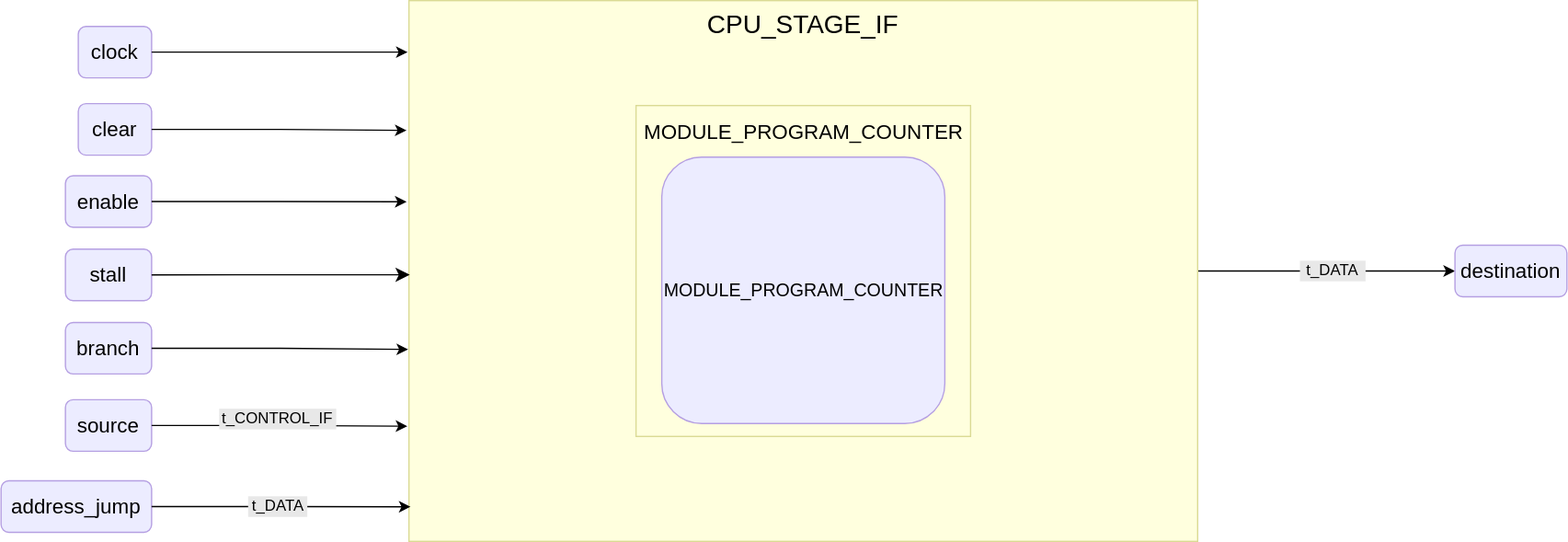
Before: docs/public/images/reference/report_components/cpu_stage_if.drawio.svg, a diagram exported from draw.io (insper-riscv/core). Source tidied: cells renumbered, new cells last; positions are measured from the earlier drawing's top-left corner, leaving out a move shared by most shapes. Source of this version:
```xml
<mxGraphModel>
  <root>
    <mxCell id="0" />
    <mxCell id="1" parent="0" />
    <mxCell id="2" style="edgeStyle=orthogonalEdgeStyle;rounded=0;jettySize=auto;html=1;entryX=0;entryY=0.5;entryDx=0;entryDy=0;" parent="1" edge="1" source="3" target="4">
      <mxGeometry relative="1" as="geometry" />
    </mxCell>
    <mxCell id="3" value="CPU_STAGE_IF" style="rounded=0;whiteSpace=wrap;html=1;fillColor=#ffffde;strokeColor=#dada94;verticalAlign=top;fontSize=20;" parent="1" vertex="1">
      <mxGeometry x="317" width="613" height="420" as="geometry" />
    </mxCell>
    <mxCell id="4" value="destination" style="rounded=1;whiteSpace=wrap;html=1;fillColor=#ececff;strokeColor=#b59fe2;fontSize=16;" parent="1" vertex="1">
      <mxGeometry x="1130" y="190" width="87" height="40" as="geometry" />
    </mxCell>
    <mxCell id="5" value="&lt;span style=&quot;font-size: 16px;&quot;&gt;MODULE_PROGRAM_COUNTER&lt;/span&gt;" style="rounded=0;whiteSpace=wrap;html=1;fillColor=#ffffde;strokeColor=#dada94;verticalAlign=top;fontSize=20;" parent="1" vertex="1">
      <mxGeometry x="493.5" y="81.5" width="260" height="257" as="geometry" />
    </mxCell>
    <mxCell id="6" value="MODULE_PROGRAM_COUNTER" style="rounded=1;whiteSpace=wrap;html=1;fillColor=#ececff;strokeColor=#b59fe2;fontSize=14;" parent="1" vertex="1">
      <mxGeometry x="513.5" y="121.5" width="220" height="207" as="geometry" />
    </mxCell>
    <mxCell id="7" value="t_DATA" style="rounded=0;whiteSpace=wrap;html=1;fillColor=#e8e8e8;strokeColor=#e8e8e8;" parent="1" vertex="1">
      <mxGeometry x="1010" y="202.5" width="50" height="15" as="geometry" />
    </mxCell>
    <mxCell id="8" value="clock" style="rounded=1;whiteSpace=wrap;html=1;fillColor=#ececff;strokeColor=#b59fe2;fontSize=16;" parent="1" vertex="1">
      <mxGeometry x="60" y="20" width="57" height="40" as="geometry" />
    </mxCell>
    <mxCell id="9" value="clear" style="rounded=1;whiteSpace=wrap;html=1;fillColor=#ececff;strokeColor=#b59fe2;fontSize=16;" parent="1" vertex="1">
      <mxGeometry x="60" y="80" width="57" height="40" as="geometry" />
    </mxCell>
    <mxCell id="10" value="enable" style="rounded=1;whiteSpace=wrap;html=1;fillColor=#ececff;strokeColor=#b59fe2;fontSize=16;" parent="1" vertex="1">
      <mxGeometry x="50" y="136" width="67" height="40" as="geometry" />
    </mxCell>
    <mxCell id="11" value="branch" style="rounded=1;whiteSpace=wrap;html=1;fillColor=#ececff;strokeColor=#b59fe2;fontSize=16;" parent="1" vertex="1">
      <mxGeometry x="50" y="250" width="67" height="40" as="geometry" />
    </mxCell>
    <mxCell id="12" value="source" style="rounded=1;whiteSpace=wrap;html=1;fillColor=#ececff;strokeColor=#b59fe2;fontSize=16;" parent="1" vertex="1">
      <mxGeometry x="50" y="310" width="67" height="40" as="geometry" />
    </mxCell>
    <mxCell id="13" value="address_jump" style="rounded=1;whiteSpace=wrap;html=1;fillColor=#ececff;strokeColor=#b59fe2;fontSize=16;" parent="1" vertex="1">
      <mxGeometry y="373" width="117" height="40" as="geometry" />
    </mxCell>
    <mxCell id="14" style="edgeStyle=orthogonalEdgeStyle;rounded=0;jettySize=auto;html=1;" parent="1" edge="1" source="8">
      <mxGeometry relative="1" as="geometry">
        <mxPoint x="316" y="40" as="targetPoint" />
      </mxGeometry>
    </mxCell>
    <mxCell id="15" style="edgeStyle=orthogonalEdgeStyle;rounded=0;jettySize=auto;html=1;entryX=-0.003;entryY=0.24;entryDx=0;entryDy=0;entryPerimeter=0;" parent="1" edge="1" source="9" target="3">
      <mxGeometry relative="1" as="geometry" />
    </mxCell>
    <mxCell id="16" style="edgeStyle=orthogonalEdgeStyle;rounded=0;jettySize=auto;html=1;entryX=-0.003;entryY=0.372;entryDx=0;entryDy=0;entryPerimeter=0;" parent="1" edge="1" source="10" target="3">
      <mxGeometry relative="1" as="geometry" />
    </mxCell>
    <mxCell id="17" style="edgeStyle=orthogonalEdgeStyle;rounded=0;jettySize=auto;html=1;entryX=-0.001;entryY=0.645;entryDx=0;entryDy=0;entryPerimeter=0;" parent="1" edge="1" source="11" target="3">
      <mxGeometry relative="1" as="geometry" />
    </mxCell>
    <mxCell id="18" style="edgeStyle=orthogonalEdgeStyle;rounded=0;jettySize=auto;html=1;entryX=-0.002;entryY=0.787;entryDx=0;entryDy=0;entryPerimeter=0;" parent="1" edge="1" source="12" target="3">
      <mxGeometry relative="1" as="geometry" />
    </mxCell>
    <mxCell id="19" style="edgeStyle=orthogonalEdgeStyle;rounded=0;jettySize=auto;html=1;entryX=0.002;entryY=0.936;entryDx=0;entryDy=0;entryPerimeter=0;" parent="1" edge="1" source="13" target="3">
      <mxGeometry relative="1" as="geometry" />
    </mxCell>
    <mxCell id="20" value="t_CONTROL_IF" style="rounded=0;whiteSpace=wrap;html=1;fillColor=#e8e8e8;strokeColor=#e8e8e8;" parent="1" vertex="1">
      <mxGeometry x="170" y="317.5" width="90" height="15" as="geometry" />
    </mxCell>
    <mxCell id="21" value="t_DATA" style="rounded=0;whiteSpace=wrap;html=1;fillColor=#e8e8e8;strokeColor=#e8e8e8;" parent="1" vertex="1">
      <mxGeometry x="192.5" y="385.5" width="45" height="15" as="geometry" />
    </mxCell>
    <mxCell id="22" value="stall" style="rounded=1;whiteSpace=wrap;html=1;fillColor=#ececff;strokeColor=#b59fe2;fontSize=16;" parent="1" vertex="1">
      <mxGeometry x="50" y="193" width="67" height="40" as="geometry" />
    </mxCell>
    <mxCell id="23" style="edgeStyle=none;curved=1;rounded=0;jettySize=auto;html=1;entryX=0.001;entryY=0.507;entryDx=0;entryDy=0;entryPerimeter=0;fontSize=12;startSize=8;endSize=8;" parent="1" edge="1" source="22" target="3">
      <mxGeometry relative="1" as="geometry" />
    </mxCell>
  </root>
</mxGraphModel>
```
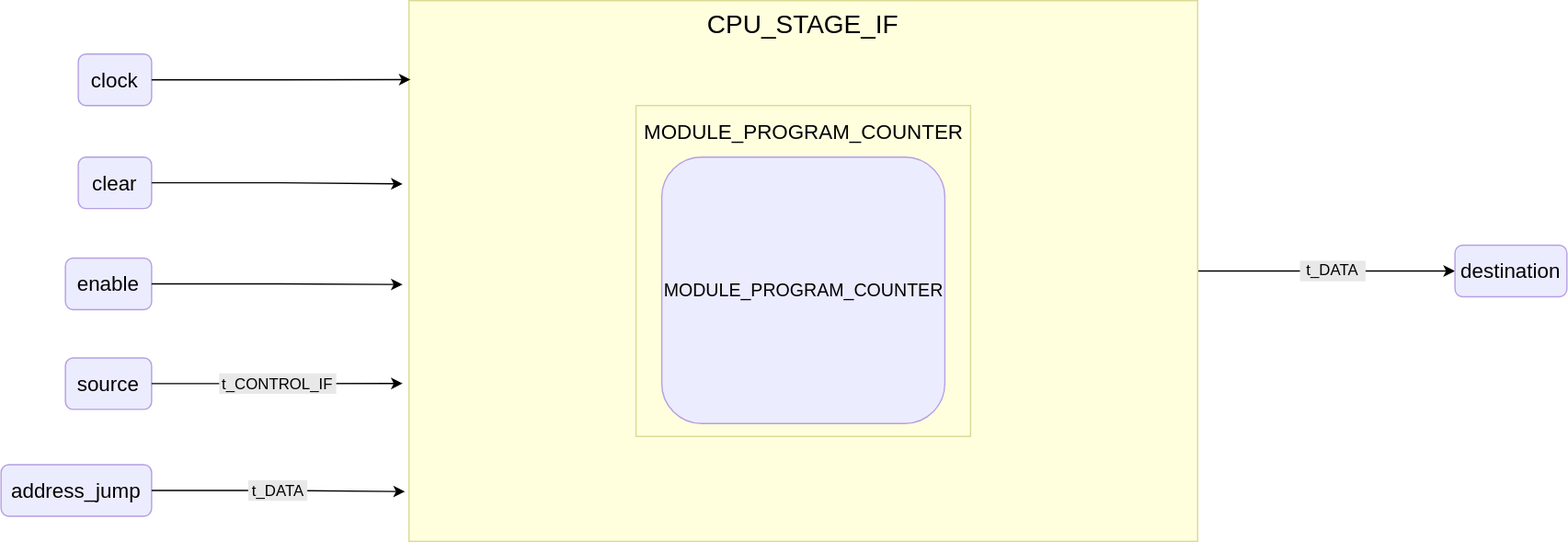
After the commit.

Change to the diagram source:
```diff
@@ -21,54 +21,40 @@
       <mxGeometry x="1010" y="202.5" width="50" height="15" as="geometry" />
     </mxCell>
     <mxCell id="8" value="clock" style="rounded=1;whiteSpace=wrap;html=1;fillColor=#ececff;strokeColor=#b59fe2;fontSize=16;" parent="1" vertex="1">
-      <mxGeometry x="60" y="20" width="57" height="40" as="geometry" />
+      <mxGeometry x="60" y="41.5" width="57" height="40" as="geometry" />
     </mxCell>
     <mxCell id="9" value="clear" style="rounded=1;whiteSpace=wrap;html=1;fillColor=#ececff;strokeColor=#b59fe2;fontSize=16;" parent="1" vertex="1">
-      <mxGeometry x="60" y="80" width="57" height="40" as="geometry" />
+      <mxGeometry x="60" y="121.5" width="57" height="40" as="geometry" />
     </mxCell>
     <mxCell id="10" value="enable" style="rounded=1;whiteSpace=wrap;html=1;fillColor=#ececff;strokeColor=#b59fe2;fontSize=16;" parent="1" vertex="1">
-      <mxGeometry x="50" y="136" width="67" height="40" as="geometry" />
+      <mxGeometry x="50" y="200" width="67" height="40" as="geometry" />
     </mxCell>
-    <mxCell id="11" value="branch" style="rounded=1;whiteSpace=wrap;html=1;fillColor=#ececff;strokeColor=#b59fe2;fontSize=16;" parent="1" vertex="1">
-      <mxGeometry x="50" y="250" width="67" height="40" as="geometry" />
-    </mxCell>
     <mxCell id="12" value="source" style="rounded=1;whiteSpace=wrap;html=1;fillColor=#ececff;strokeColor=#b59fe2;fontSize=16;" parent="1" vertex="1">
-      <mxGeometry x="50" y="310" width="67" height="40" as="geometry" />
+      <mxGeometry x="50" y="277.5" width="67" height="40" as="geometry" />
     </mxCell>
     <mxCell id="13" value="address_jump" style="rounded=1;whiteSpace=wrap;html=1;fillColor=#ececff;strokeColor=#b59fe2;fontSize=16;" parent="1" vertex="1">
-      <mxGeometry y="373" width="117" height="40" as="geometry" />
+      <mxGeometry y="360.5" width="117" height="40" as="geometry" />
     </mxCell>
-    <mxCell id="14" style="edgeStyle=orthogonalEdgeStyle;rounded=0;jettySize=auto;html=1;" parent="1" edge="1" source="8">
-      <mxGeometry relative="1" as="geometry">
-        <mxPoint x="316" y="40" as="targetPoint" />
-      </mxGeometry>
-    </mxCell>
+    <mxCell id="24" style="edgeStyle=orthogonalEdgeStyle;rounded=0;jettySize=auto;html=1;entryX=0.002;entryY=0.146;entryDx=0;entryDy=0;entryPerimeter=0;" parent="1" edge="1" source="8" target="3">
+      <mxGeometry relative="1" as="geometry" />
+    </mxCell>
-    <mxCell id="15" style="edgeStyle=orthogonalEdgeStyle;rounded=0;jettySize=auto;html=1;entryX=-0.003;entryY=0.24;entryDx=0;entryDy=0;entryPerimeter=0;" parent="1" edge="1" source="9" target="3">
+    <mxCell id="15" style="edgeStyle=orthogonalEdgeStyle;rounded=0;jettySize=auto;html=1;entryX=-0.008;entryY=0.339;entryDx=0;entryDy=0;entryPerimeter=0;" parent="1" edge="1" source="9" target="3">
       <mxGeometry relative="1" as="geometry" />
     </mxCell>
-    <mxCell id="16" style="edgeStyle=orthogonalEdgeStyle;rounded=0;jettySize=auto;html=1;entryX=-0.003;entryY=0.372;entryDx=0;entryDy=0;entryPerimeter=0;" parent="1" edge="1" source="10" target="3">
+    <mxCell id="16" style="edgeStyle=orthogonalEdgeStyle;rounded=0;jettySize=auto;html=1;entryX=-0.008;entryY=0.525;entryDx=0;entryDy=0;entryPerimeter=0;" parent="1" edge="1" source="10" target="3">
       <mxGeometry relative="1" as="geometry" />
     </mxCell>
-    <mxCell id="17" style="edgeStyle=orthogonalEdgeStyle;rounded=0;jettySize=auto;html=1;entryX=-0.001;entryY=0.645;entryDx=0;entryDy=0;entryPerimeter=0;" parent="1" edge="1" source="11" target="3">
-      <mxGeometry relative="1" as="geometry" />
-    </mxCell>
-    <mxCell id="18" style="edgeStyle=orthogonalEdgeStyle;rounded=0;jettySize=auto;html=1;entryX=-0.002;entryY=0.787;entryDx=0;entryDy=0;entryPerimeter=0;" parent="1" edge="1" source="12" target="3">
+    <mxCell id="18" style="edgeStyle=orthogonalEdgeStyle;rounded=0;jettySize=auto;html=1;entryX=-0.008;entryY=0.708;entryDx=0;entryDy=0;entryPerimeter=0;" parent="1" edge="1" source="12" target="3">
       <mxGeometry relative="1" as="geometry" />
     </mxCell>
-    <mxCell id="19" style="edgeStyle=orthogonalEdgeStyle;rounded=0;jettySize=auto;html=1;entryX=0.002;entryY=0.936;entryDx=0;entryDy=0;entryPerimeter=0;" parent="1" edge="1" source="13" target="3">
+    <mxCell id="19" style="edgeStyle=orthogonalEdgeStyle;rounded=0;jettySize=auto;html=1;entryX=-0.005;entryY=0.908;entryDx=0;entryDy=0;entryPerimeter=0;" parent="1" edge="1" source="13" target="3">
       <mxGeometry relative="1" as="geometry" />
     </mxCell>
     <mxCell id="20" value="t_CONTROL_IF" style="rounded=0;whiteSpace=wrap;html=1;fillColor=#e8e8e8;strokeColor=#e8e8e8;" parent="1" vertex="1">
-      <mxGeometry x="170" y="317.5" width="90" height="15" as="geometry" />
+      <mxGeometry x="170" y="290" width="90" height="15" as="geometry" />
     </mxCell>
     <mxCell id="21" value="t_DATA" style="rounded=0;whiteSpace=wrap;html=1;fillColor=#e8e8e8;strokeColor=#e8e8e8;" parent="1" vertex="1">
-      <mxGeometry x="192.5" y="385.5" width="45" height="15" as="geometry" />
+      <mxGeometry x="192.5" y="373" width="45" height="15" as="geometry" />
     </mxCell>
-    <mxCell id="22" value="stall" style="rounded=1;whiteSpace=wrap;html=1;fillColor=#ececff;strokeColor=#b59fe2;fontSize=16;" parent="1" vertex="1">
-      <mxGeometry x="50" y="193" width="67" height="40" as="geometry" />
-    </mxCell>
-    <mxCell id="23" style="edgeStyle=none;curved=1;rounded=0;jettySize=auto;html=1;entryX=0.001;entryY=0.507;entryDx=0;entryDy=0;entryPerimeter=0;fontSize=12;startSize=8;endSize=8;" parent="1" edge="1" source="22" target="3">
-      <mxGeometry relative="1" as="geometry" />
-    </mxCell>
   </root>
 </mxGraphModel>
```
